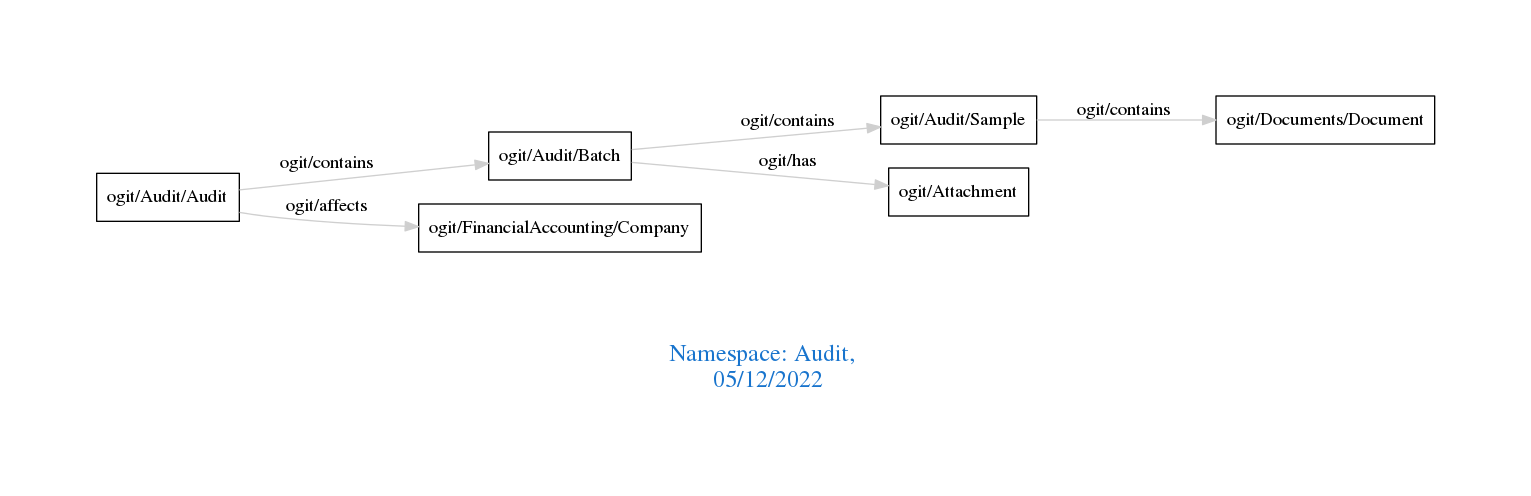
Above: downloads/Audit.png in arago/OGIT (Graphviz), before the change. Its source is kept beside it as downloads/Audit.dot.
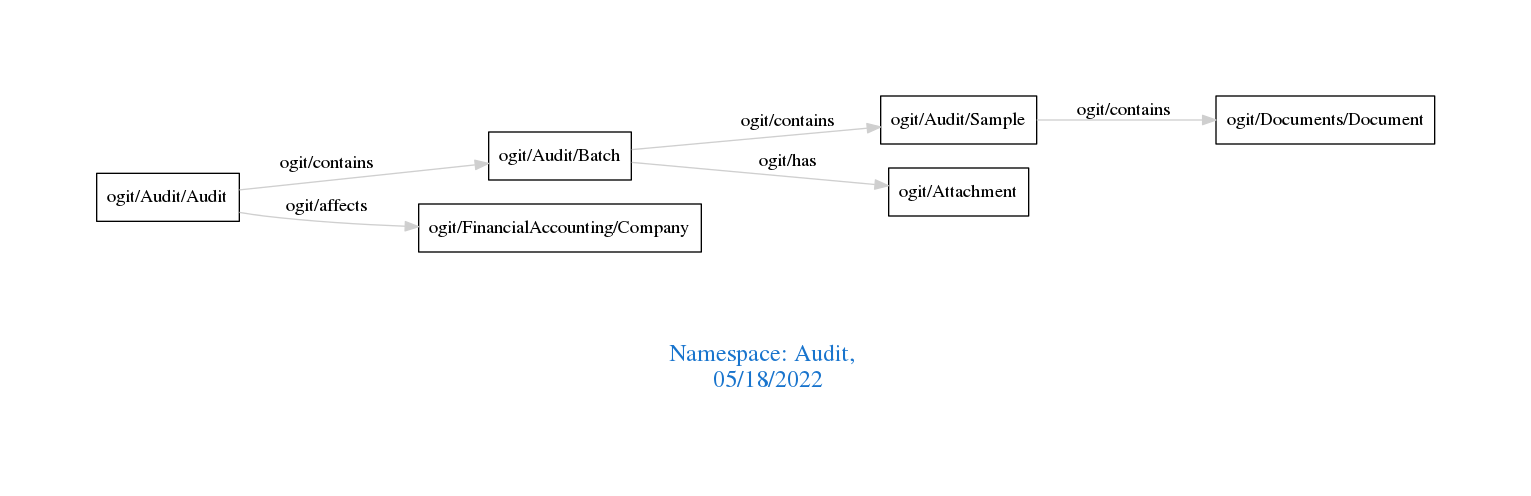
After the change.

Diff of the diagram source:
```diff
@@ -1,7 +1,7 @@
 digraph OGIT_ontology {
  graph [ rankdir= LR,pad=1
 fontsize = 18,
-fontcolor= dodgerblue3,label = "\n\n\nNamespace: Audit, \n 05/12/2022"];
+fontcolor= dodgerblue3,label = "\n\n\nNamespace: Audit, \n 05/18/2022"];
 node[shape=polygon];
 edge [  color="gray81"];
 
```
